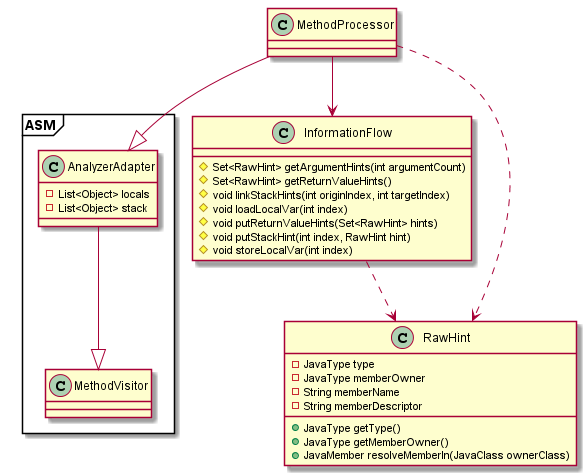
MarcusRandevik/SecArchUnit keeps this PlantUML diagram as figure/extension/MethodProcessor2.png. Above is the earlier version. Its diagram source:
```plantuml
@startuml

package "ASM" <<Frame>> {
    class MethodVisitor {
    }

    class AnalyzerAdapter {
        - List<Object> locals
        - List<Object> stack
    }

    AnalyzerAdapter --|> MethodVisitor
}



class MethodProcessor {
}

MethodProcessor --|> AnalyzerAdapter

class InformationFlow {
    # Set<RawHint> getArgumentHints(int argumentCount)
    # Set<RawHint> getReturnValueHints()
    # void linkStackHints(int originIndex, int targetIndex)
    # void loadLocalVar(int index)
    # void putReturnValueHints(Set<RawHint> hints)
    # void putStackHint(int index, RawHint hint)
    # void storeLocalVar(int index)
}

MethodProcessor --> InformationFlow

class RawHint {
    - JavaType type
    - JavaType memberOwner
    - String memberName
    - String memberDescriptor
    + JavaType getType()
    + JavaType getMemberOwner()
    + JavaMember resolveMemberIn(JavaClass ownerClass)
}

InformationFlow ..> RawHint
MethodProcessor ..> RawHint

@enduml
```
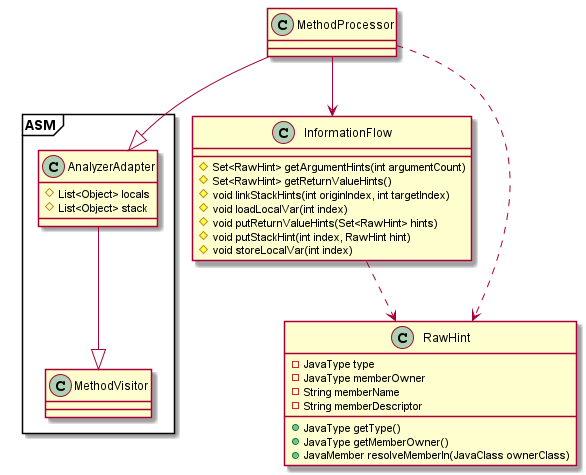
The same file after the commit.

What changed in the source:
```diff
@@ -5,14 +5,12 @@
     }
 
     class AnalyzerAdapter {
-        - List<Object> locals
-        - List<Object> stack
+        # List<Object> locals
+        # List<Object> stack
     }
 
     AnalyzerAdapter --|> MethodVisitor
 }
-
-
 
 class MethodProcessor {
 }
```
